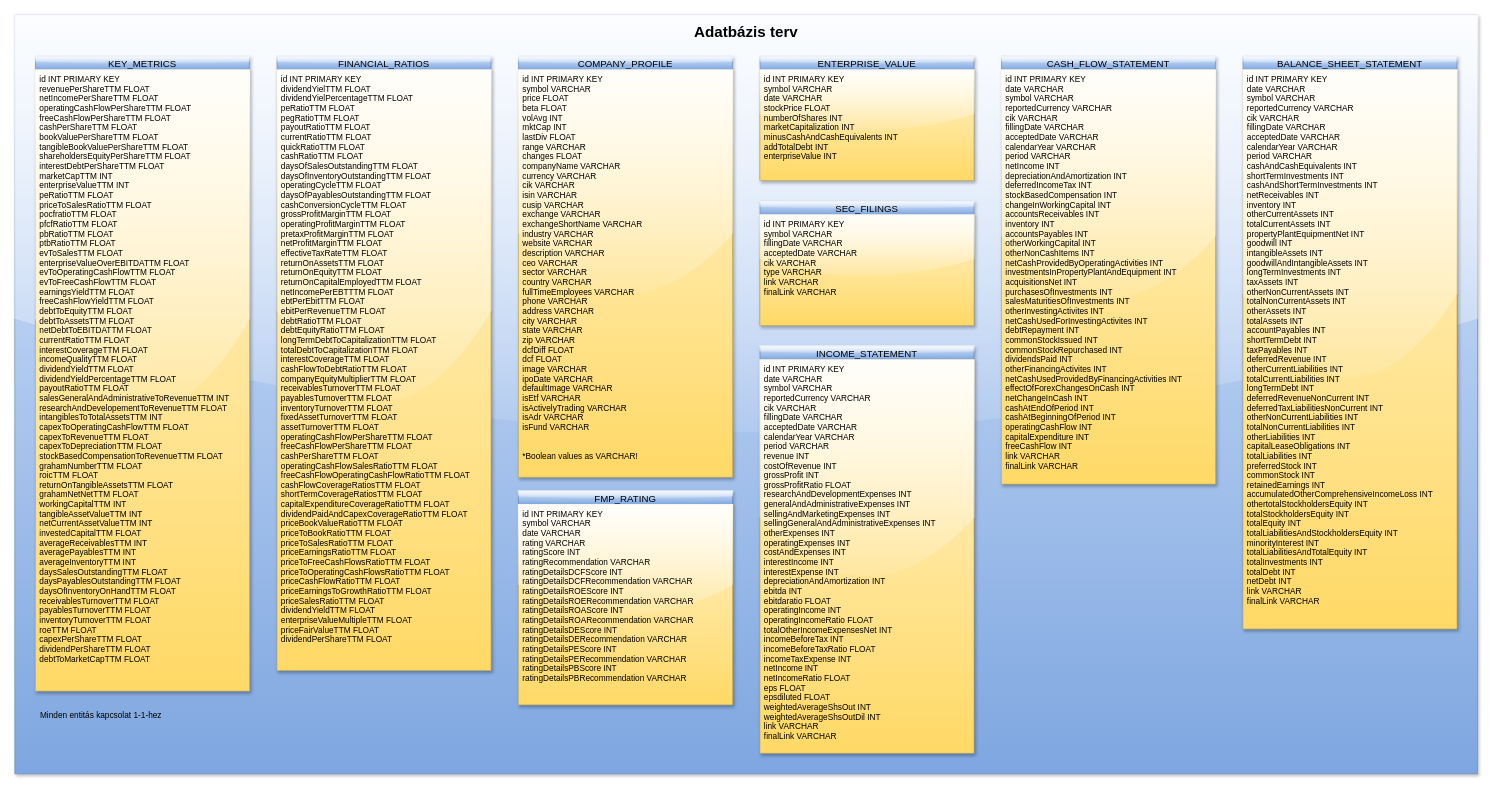
This is img/docs/adatbazis_terv.drawio from lesheidrich/stock_analysis_afp_II, a draw.io file, before an edit. Source tidied: cells renumbered, new cells numbered last; positions are measured from the earlier drawing's top-left corner, leaving out a move shared by most shapes. Both pictures are drawn from the tidied source at 69%, with x=0, y=0 at pixel (14, 14).
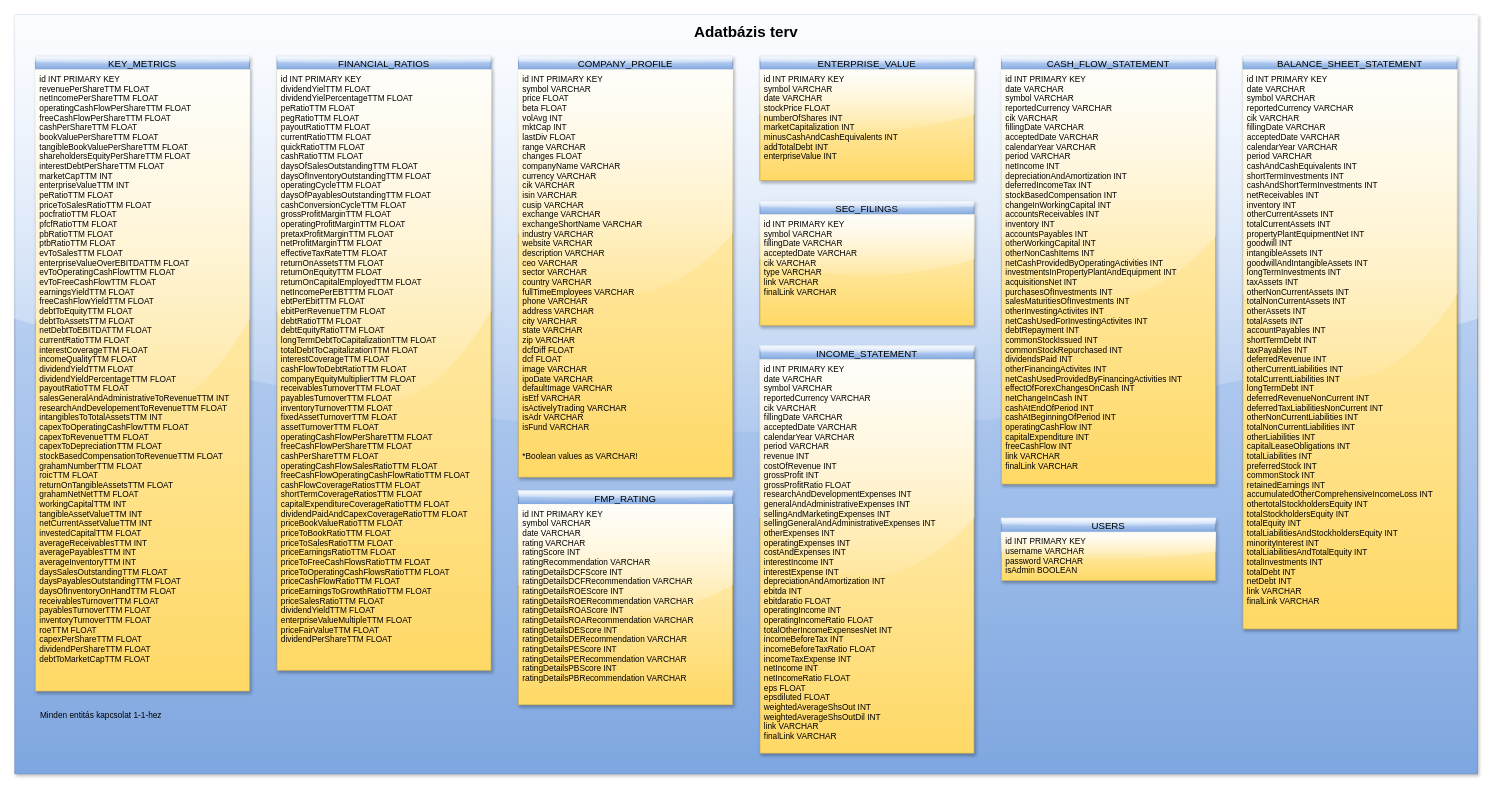
The same page after the edit.

Commit message (it also covers changes not shown here):
Adatbázis terv javítása

Diff of the diagram source:
```diff
@@
+    <mxCell id="23" value="USERS" style="swimlane;fontStyle=0;horizontal=1;startSize=20;align=center;fontSize=14;fillColor=#dae8fc;strokeColor=#6c8ebf;gradientColor=#7ea6e0;shadow=1;glass=1;swimlaneLine=1;" parent="1" vertex="1">
+      <mxGeometry x="1430" y="730" width="310" height="90" as="geometry" />
+    </mxCell>
+    <mxCell id="24" value="id&#9;INT PRIMARY KEY&#10;username VARCHAR&#10;password VARCHAR&#10;isAdmin BOOLEAN" style="text;strokeColor=#d6b656;fillColor=#fff2cc;spacingLeft=4;spacingRight=4;overflow=hidden;fontSize=12;gradientColor=#ffd966;glass=1;shadow=1;rounded=0;" parent="23" vertex="1">
+      <mxGeometry y="20" width="310" height="70" as="geometry" />
+    </mxCell>
```
